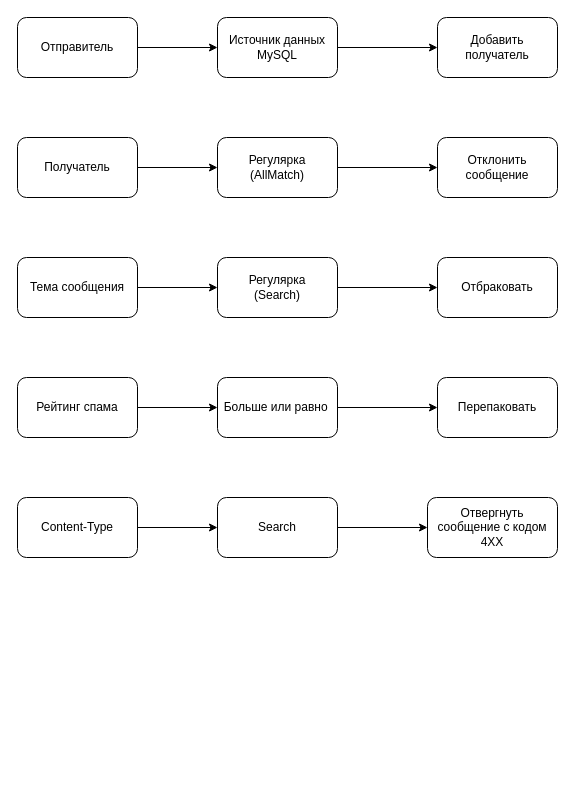
Above: 1.drawio in ezaichenko/autotests_stepik (draw.io), before the change. Source tidied: cells renumbered, new cells numbered last; positions are measured from the earlier drawing's top-left corner, leaving out a move shared by most shapes. Both pictures are drawn from the tidied source at 100%, with x=0, y=0 at pixel (17, 17).
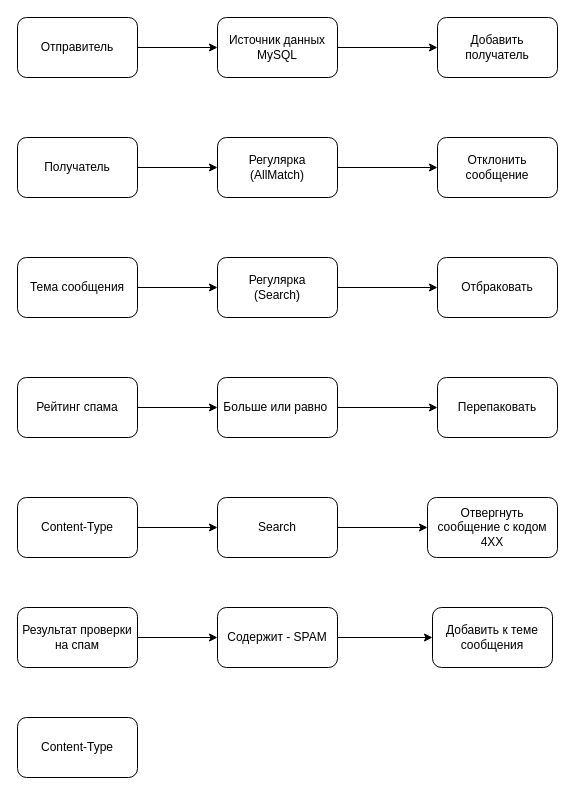
The same page after the edit.

The edit, as a diff of the source:
```diff
@@
-    <mxCell id="20" value="Больше или равно&lt;span style=&quot;white-space: pre;&quot;&gt;&#9;&lt;/span&gt;" style="rounded=1;whiteSpace=wrap;html=1;" parent="1" vertex="1">
+    <mxCell id="20" value="Больше или равно&lt;span style=&quot;white-space: pre;&quot;&gt; &lt;/span&gt;" style="rounded=1;whiteSpace=wrap;html=1;" parent="1" vertex="1">
       <mxGeometry x="200" y="360" width="120" height="60" as="geometry" />
     </mxCell>
@@
+    <mxCell id="28" style="edgeStyle=orthogonalEdgeStyle;rounded=0;jettySize=auto;html=1;" parent="1" edge="1" source="29" target="32">
+      <mxGeometry relative="1" as="geometry" />
+    </mxCell>
+    <mxCell id="29" value="Результат проверки на спам" style="rounded=1;whiteSpace=wrap;html=1;" parent="1" vertex="1">
+      <mxGeometry y="590" width="120" height="60" as="geometry" />
+    </mxCell>
+    <mxCell id="30" value="Content-Type" style="rounded=1;whiteSpace=wrap;html=1;" parent="1" vertex="1">
+      <mxGeometry y="700" width="120" height="60" as="geometry" />
+    </mxCell>
+    <mxCell id="31" style="edgeStyle=orthogonalEdgeStyle;rounded=0;jettySize=auto;html=1;" parent="1" edge="1" source="32" target="33">
+      <mxGeometry relative="1" as="geometry" />
+    </mxCell>
+    <mxCell id="32" value="Содержит - SPAM" style="rounded=1;whiteSpace=wrap;html=1;" parent="1" vertex="1">
+      <mxGeometry x="200" y="590" width="120" height="60" as="geometry" />
+    </mxCell>
+    <mxCell id="33" value="Добавить к теме сообщения" style="rounded=1;whiteSpace=wrap;html=1;" parent="1" vertex="1">
+      <mxGeometry x="415" y="590" width="120" height="60" as="geometry" />
+    </mxCell>
```
